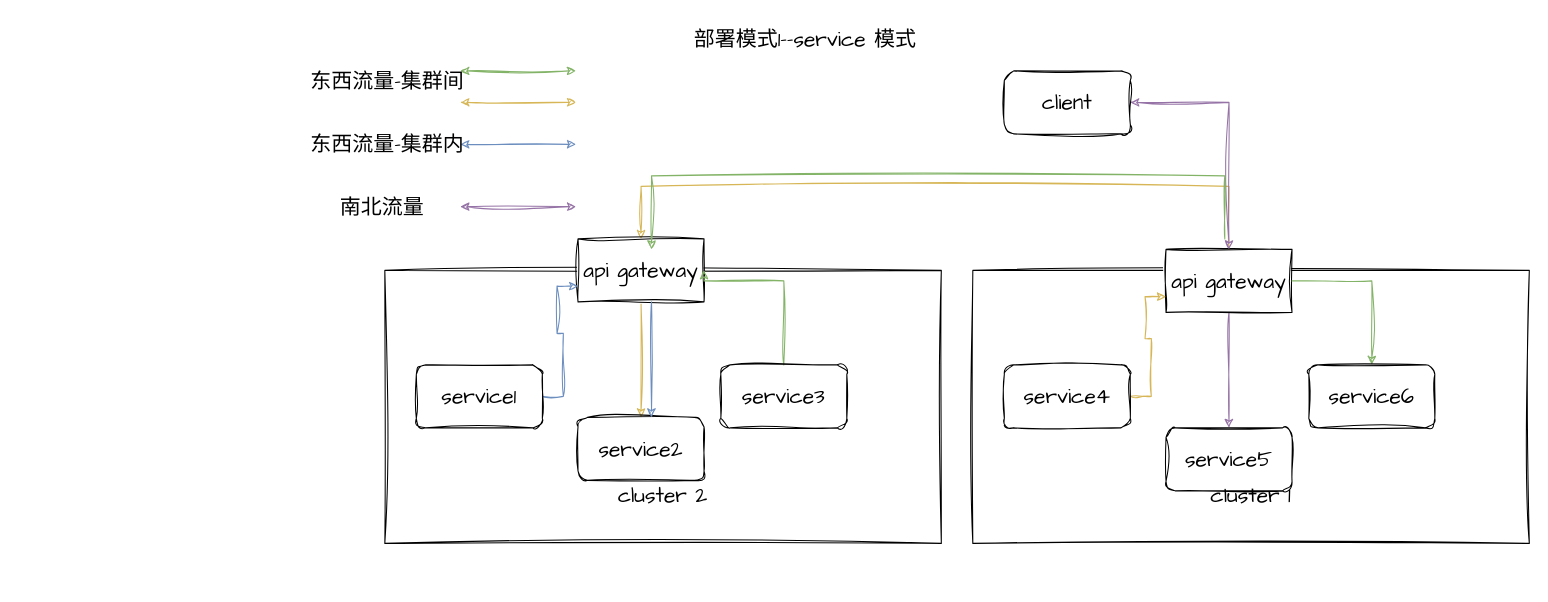
The draw.io diagram apigateway.drawio in pkking/mydrawio, before the edit. Source tidied: cells renumbered, new cells numbered last; positions are measured from the earlier drawing's top-left corner, leaving out a move shared by most shapes. Both pictures are drawn from the tidied source at 105%, with x=0, y=0 at pixel (297, 18). Pictures stored in the file or linked from it are replaced by grey dashed boxes.
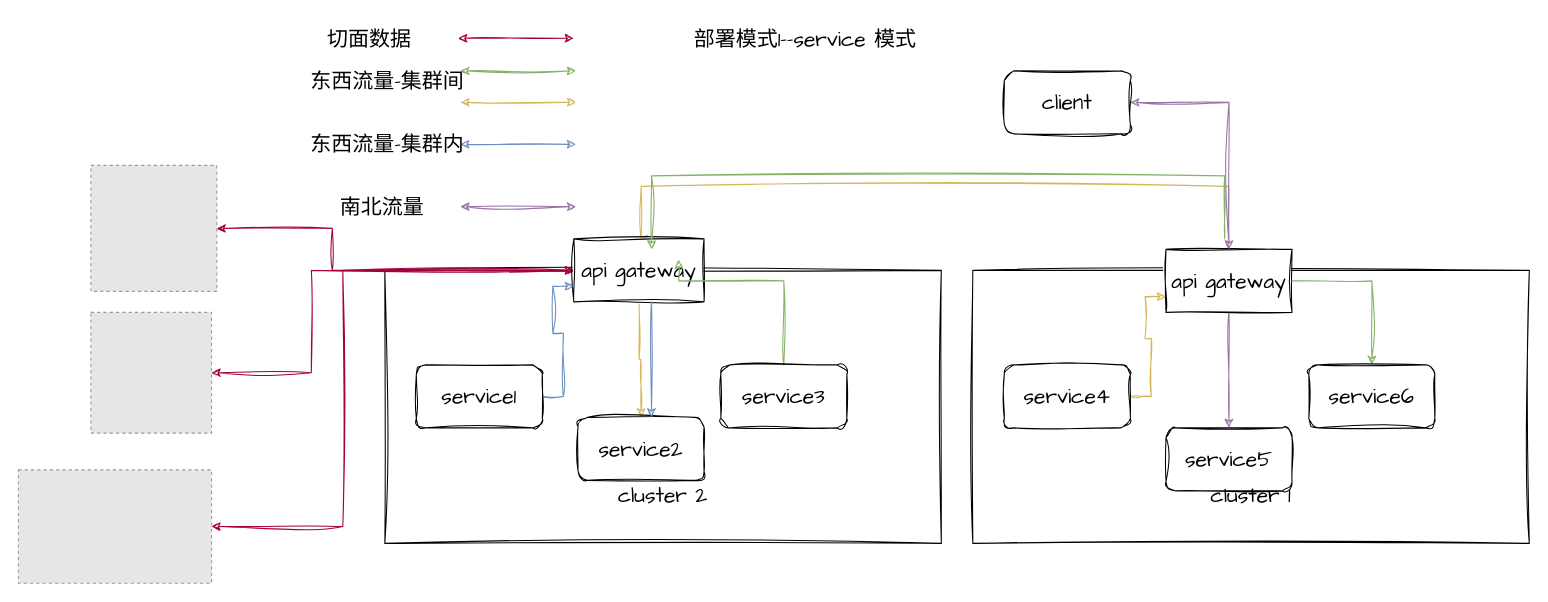
The same diagram, later.

The change refers to these unchanged cells:
```xml
<mxCell id="20" value="service3" style="rounded=1;whiteSpace=wrap;html=1;sketch=1;hachureGap=4;jiggle=2;curveFitting=1;fontFamily=Architects Daughter;fontSize=20;" parent="1" vertex="1">
  <mxGeometry x="403" y="330" width="120" height="60" as="geometry" />
</mxCell>
```

Diff of the diagram source:
```diff
@@
+    <mxCell id="31" style="edgeStyle=orthogonalEdgeStyle;rounded=0;sketch=1;hachureGap=4;jiggle=2;curveFitting=1;jettySize=auto;html=1;entryX=1;entryY=0.5;entryDx=0;entryDy=0;fontFamily=Architects Daughter;fontSize=16;startArrow=classic;startFill=1;fillColor=#d80073;strokeColor=#A50040;" parent="1" edge="1" source="15" target="34">
+      <mxGeometry relative="1" as="geometry">
+        <Array as="points">
+          <mxPoint x="33" y="240" />
+          <mxPoint x="33" y="200" />
+        </Array>
+      </mxGeometry>
+    </mxCell>
+    <mxCell id="32" style="edgeStyle=orthogonalEdgeStyle;rounded=0;sketch=1;hachureGap=4;jiggle=2;curveFitting=1;jettySize=auto;html=1;entryX=1;entryY=0.5;entryDx=0;entryDy=0;fontFamily=Architects Daughter;fontSize=16;startArrow=classic;startFill=1;fillColor=#d80073;strokeColor=#A50040;" parent="1" edge="1" source="15" target="35">
+      <mxGeometry relative="1" as="geometry">
+        <Array as="points">
+          <mxPoint x="13" y="240" />
+          <mxPoint x="13" y="338" />
+        </Array>
+      </mxGeometry>
+    </mxCell>
+    <mxCell id="33" style="edgeStyle=orthogonalEdgeStyle;rounded=0;sketch=1;hachureGap=4;jiggle=2;curveFitting=1;jettySize=auto;html=1;entryX=1;entryY=0.5;entryDx=0;entryDy=0;fontFamily=Architects Daughter;fontSize=16;fillColor=#d80073;strokeColor=#A50040;" parent="1" edge="1" source="15" target="36">
+      <mxGeometry relative="1" as="geometry">
+        <Array as="points">
+          <mxPoint x="43" y="240" />
+          <mxPoint x="43" y="484" />
+        </Array>
+      </mxGeometry>
+    </mxCell>
     <mxCell id="15" value="api gateway" style="rounded=0;whiteSpace=wrap;html=1;sketch=1;hachureGap=4;jiggle=2;curveFitting=1;fontFamily=Architects Daughter;fontSize=20;" parent="1" vertex="1">
-      <mxGeometry x="267" y="210" width="120" height="60" as="geometry" />
+      <mxGeometry x="263" y="210" width="124" height="60" as="geometry" />
     </mxCell>
@@
-    <mxCell id="19" style="edgeStyle=orthogonalEdgeStyle;rounded=0;sketch=1;hachureGap=4;jiggle=2;curveFitting=1;jettySize=auto;html=1;entryX=1;entryY=0.5;entryDx=0;entryDy=0;fontFamily=Architects Daughter;fontSize=16;fillColor=#d5e8d4;strokeColor=#82b366;" parent="1" edge="1" source="20" target="15">
+    <mxCell id="19" style="edgeStyle=orthogonalEdgeStyle;rounded=0;sketch=1;hachureGap=4;jiggle=2;curveFitting=1;jettySize=auto;html=1;fontFamily=Architects Daughter;fontSize=16;fillColor=#d5e8d4;strokeColor=#82b366;" parent="1" edge="1" source="20">
       <mxGeometry relative="1" as="geometry">
+        <mxPoint x="363" y="230" as="targetPoint" />
         <Array as="points">
           <mxPoint x="463" y="250" />
         </Array>
       </mxGeometry>
     </mxCell>
@@
+    <mxCell id="34" style="fillColor=#E6E6E6;strokeColor=#999999;dashed=1;verticalLabelPosition=bottom;labelBackgroundColor=default;verticalAlign=top;" parent="1" vertex="1">
+      <mxGeometry x="-197" y="140" width="120" height="120" as="geometry" />
+    </mxCell>
+    <mxCell id="35" style="fillColor=#E6E6E6;strokeColor=#999999;dashed=1;verticalLabelPosition=bottom;labelBackgroundColor=default;verticalAlign=top;" parent="1" vertex="1">
+      <mxGeometry x="-197" y="280" width="115" height="115" as="geometry" />
+    </mxCell>
+    <mxCell id="36" style="fillColor=#E6E6E6;strokeColor=#999999;dashed=1;verticalLabelPosition=bottom;labelBackgroundColor=default;verticalAlign=top;" parent="1" vertex="1">
+      <mxGeometry x="-266" y="430" width="184" height="108" as="geometry" />
+    </mxCell>
+    <mxCell id="37" style="endArrow=classic;startArrow=classic;html=1;rounded=0;sketch=1;hachureGap=4;jiggle=2;curveFitting=1;fontFamily=Architects Daughter;fontSize=16;fillColor=#d80073;strokeColor=#A50040;" parent="1" edge="1">
+      <mxGeometry relative="1" as="geometry">
+        <mxPoint x="153" y="19" as="sourcePoint" />
+        <mxPoint x="263" y="19" as="targetPoint" />
+      </mxGeometry>
+    </mxCell>
+    <mxCell id="38" value="切面数据" style="text;html=1;align=center;verticalAlign=middle;strokeColor=none;fillColor=none;fontSize=20;fontFamily=Architects Daughter;" parent="1" vertex="1">
+      <mxGeometry x="18" width="100" height="40" as="geometry" />
+    </mxCell>
```
